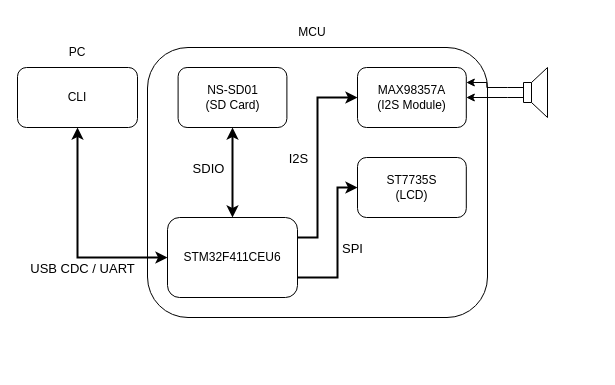
Earlier version of the draw.io diagram 시스템 블럭도.drawio (shoenkh15324/Visualizer). Source tidied: cells renumbered, new cells numbered last; positions are measured from the earlier drawing's top-left corner, leaving out a move shared by most shapes. Both pictures are drawn from the tidied source at 100%, with x=0, y=0 at pixel (17, 17).
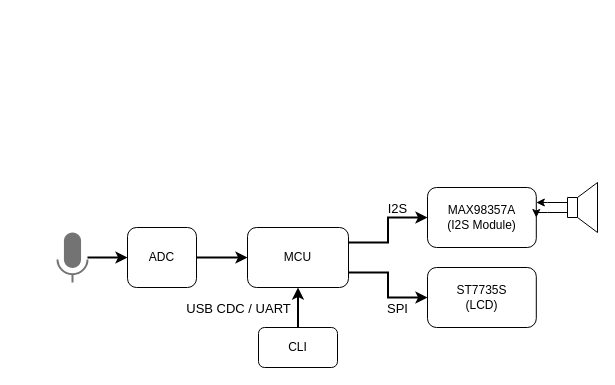
The same diagram, later.

Diff of the diagram source:
```diff
@@
-    <mxCell id="2" style="rounded=1;whiteSpace=wrap;html=1;" parent="1" vertex="1">
-      <mxGeometry x="130" y="30" width="340" height="270" as="geometry" />
-    </mxCell>
     <mxCell id="3" style="edgeStyle=orthogonalEdgeStyle;rounded=0;jettySize=auto;html=1;exitX=1;exitY=0.25;exitDx=0;exitDy=0;entryX=0;entryY=0.5;entryDx=0;entryDy=0;strokeWidth=2;" parent="1" edge="1" source="7" target="14">
-      <mxGeometry relative="1" as="geometry">
-        <Array as="points">
-          <mxPoint x="300" y="220" />
-          <mxPoint x="300" y="80" />
-        </Array>
-      </mxGeometry>
+      <mxGeometry relative="1" as="geometry" />
     </mxCell>
-    <mxCell id="4" value="I2S" style="edgeLabel;html=1;align=center;verticalAlign=middle;fontSize=13;" parent="3" vertex="1">
-      <mxGeometry x="0.13" y="2" relative="1" as="geometry">
-        <mxPoint x="-18" y="13" as="offset" />
+    <mxCell id="4" value="&lt;font style=&quot;font-size: 13px;&quot;&gt;I2S&lt;/font&gt;" style="edgeLabel;html=1;align=center;verticalAlign=middle;fontSize=13;" parent="3" vertex="1">
+      <mxGeometry x="0.44" y="-3" relative="1" as="geometry">
+        <mxPoint x="-2" y="-13" as="offset" />
       </mxGeometry>
     </mxCell>
     <mxCell id="5" style="edgeStyle=orthogonalEdgeStyle;rounded=0;jettySize=auto;html=1;exitX=1;exitY=0.75;exitDx=0;exitDy=0;entryX=0;entryY=0.5;entryDx=0;entryDy=0;strokeWidth=2;" parent="1" edge="1" source="7" target="15">
-      <mxGeometry relative="1" as="geometry">
-        <Array as="points">
-          <mxPoint x="320" y="260" />
-          <mxPoint x="320" y="170" />
-        </Array>
-      </mxGeometry>
+      <mxGeometry relative="1" as="geometry" />
     </mxCell>
     <mxCell id="6" value="SPI" style="edgeLabel;html=1;align=center;verticalAlign=middle;fontSize=13;" parent="5" vertex="1">
-      <mxGeometry x="-0.23" y="-2" relative="1" as="geometry">
-        <mxPoint x="12" y="-12" as="offset" />
+      <mxGeometry x="0.48" y="2" relative="1" as="geometry">
+        <mxPoint x="-4" y="12" as="offset" />
       </mxGeometry>
     </mxCell>
-    <mxCell id="7" value="STM32F411CEU6" style="rounded=1;whiteSpace=wrap;html=1;" parent="1" vertex="1">
-      <mxGeometry x="150" y="200" width="130" height="80" as="geometry" />
+    <mxCell id="7" value="MCU" style="rounded=1;whiteSpace=wrap;html=1;" parent="1" vertex="1">
+      <mxGeometry x="230" y="210" width="101" height="60" as="geometry" />
     </mxCell>
-    <mxCell id="8" style="edgeStyle=orthogonalEdgeStyle;rounded=0;jettySize=auto;html=1;entryX=0;entryY=0.5;entryDx=0;entryDy=0;jumpStyle=none;startArrow=classic;startFill=1;strokeWidth=2;" parent="1" edge="1" source="10" target="7">
-      <mxGeometry relative="1" as="geometry">
-        <Array as="points">
-          <mxPoint x="60" y="240" />
-        </Array>
-      </mxGeometry>
-    </mxCell>
-    <mxCell id="9" value="USB CDC / UART" style="edgeLabel;html=1;align=center;verticalAlign=middle;fontSize=13;" parent="8" vertex="1">
-      <mxGeometry x="-0.79" y="4" relative="1" as="geometry">
-        <mxPoint y="117" as="offset" />
-      </mxGeometry>
-    </mxCell>
-    <mxCell id="10" value="CLI" style="rounded=1;whiteSpace=wrap;html=1;" parent="1" vertex="1">
-      <mxGeometry y="50" width="120" height="60" as="geometry" />
-    </mxCell>
-    <mxCell id="11" style="edgeStyle=orthogonalEdgeStyle;rounded=0;jettySize=auto;html=1;entryX=0.5;entryY=0;entryDx=0;entryDy=0;startArrow=classic;startFill=1;strokeWidth=2;" parent="1" edge="1" source="13" target="7">
-      <mxGeometry relative="1" as="geometry" />
-    </mxCell>
-    <mxCell id="12" value="SDIO" style="edgeLabel;html=1;align=center;verticalAlign=middle;fontSize=13;" parent="11" vertex="1">
-      <mxGeometry x="-0.23" y="-2" relative="1" as="geometry">
-        <mxPoint x="-23" y="5" as="offset" />
-      </mxGeometry>
-    </mxCell>
-    <mxCell id="13" value="NS-SD01&lt;br&gt;(SD Card)" style="rounded=1;whiteSpace=wrap;html=1;" parent="1" vertex="1">
-      <mxGeometry x="160.6" y="50" width="108.8" height="60" as="geometry" />
-    </mxCell>
     <mxCell id="14" value="MAX98357A&lt;br&gt;(I2S Module)" style="rounded=1;whiteSpace=wrap;html=1;" parent="1" vertex="1">
-      <mxGeometry x="340" y="50" width="108.8" height="60" as="geometry" />
+      <mxGeometry x="410" y="170" width="108.8" height="60" as="geometry" />
     </mxCell>
     <mxCell id="15" value="ST7735S&lt;br&gt;(LCD)" style="rounded=1;whiteSpace=wrap;html=1;" parent="1" vertex="1">
-      <mxGeometry x="340" y="140" width="108.8" height="60" as="geometry" />
+      <mxGeometry x="410" y="250" width="108.8" height="60" as="geometry" />
     </mxCell>
@@
     <mxCell id="18" style="verticalLabelPosition=bottom;shadow=0;dashed=0;align=center;html=1;verticalAlign=top;shape=mxgraph.electrical.electro-mechanical.loudspeaker;" parent="1" vertex="1">
-      <mxGeometry x="490" y="50" width="40" height="50" as="geometry" />
+      <mxGeometry x="530" y="165" width="50" height="50" as="geometry" />
     </mxCell>
-    <mxCell id="19" value="PC" style="text;html=1;align=center;verticalAlign=middle;whiteSpace=wrap;rounded=0;" parent="1" vertex="1">
-      <mxGeometry x="30" y="20" width="60" height="30" as="geometry" />
-    </mxCell>
-    <mxCell id="20" value="MCU" style="text;html=1;align=center;verticalAlign=middle;whiteSpace=wrap;rounded=0;" parent="1" vertex="1">
-      <mxGeometry x="210" width="170" height="30" as="geometry" />
-    </mxCell>
+    <mxCell id="21" style="edgeStyle=orthogonalEdgeStyle;rounded=0;jettySize=auto;html=1;exitX=1;exitY=0.5;exitDx=0;exitDy=0;entryX=0;entryY=0.5;entryDx=0;entryDy=0;strokeWidth=2;startArrow=none;startFill=0;" parent="1" edge="1" source="22" target="7">
+      <mxGeometry relative="1" as="geometry" />
+    </mxCell>
+    <mxCell id="22" value="ADC" style="rounded=1;whiteSpace=wrap;html=1;" parent="1" vertex="1">
+      <mxGeometry x="110" y="210" width="69" height="60" as="geometry" />
+    </mxCell>
+    <mxCell id="23" style="edgeStyle=orthogonalEdgeStyle;rounded=0;jettySize=auto;html=1;entryX=0;entryY=0.5;entryDx=0;entryDy=0;strokeWidth=2;" parent="1" edge="1" source="24" target="22">
+      <mxGeometry relative="1" as="geometry" />
+    </mxCell>
+    <mxCell id="24" style="html=1;dashed=0;verticalLabelPosition=bottom;verticalAlign=top;align=center;shape=mxgraph.gmdl.voice;strokeColor=#737373;fillColor=#737373;shadow=0;strokeWidth=2;sketch=0;" parent="1" vertex="1">
+      <mxGeometry x="40" y="215" width="30" height="50" as="geometry" />
+    </mxCell>
+    <mxCell id="8" style="edgeStyle=orthogonalEdgeStyle;rounded=0;jettySize=auto;html=1;entryX=0.5;entryY=1;entryDx=0;entryDy=0;strokeWidth=2;" parent="1" edge="1" source="10" target="7">
+      <mxGeometry relative="1" as="geometry" />
+    </mxCell>
+    <mxCell id="9" value="USB CDC / UART" style="edgeLabel;html=1;align=center;verticalAlign=middle;fontSize=13;" parent="8" vertex="1">
+      <mxGeometry x="0.34" y="1" relative="1" as="geometry">
+        <mxPoint x="-59" y="7" as="offset" />
+      </mxGeometry>
+    </mxCell>
+    <mxCell id="10" value="CLI" style="rounded=1;whiteSpace=wrap;html=1;" parent="1" vertex="1">
+      <mxGeometry x="241" y="310" width="79" height="40" as="geometry" />
+    </mxCell>
```
